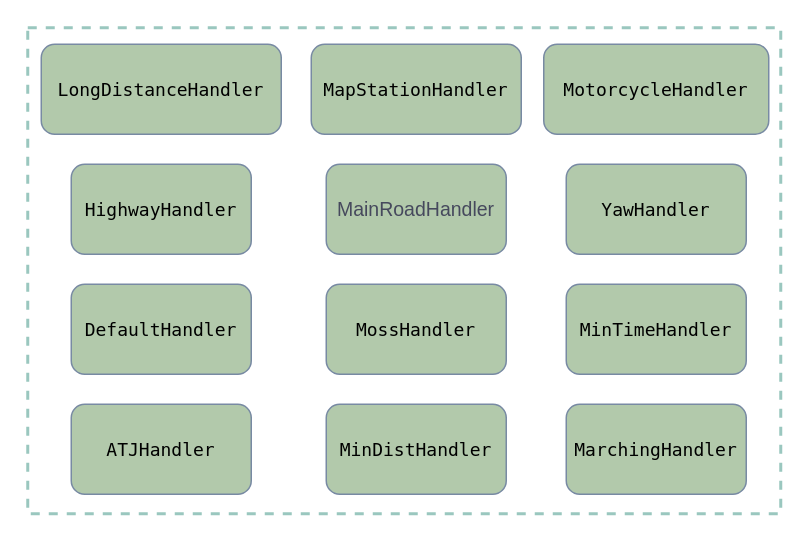
Above: page "Page-2" (2 of 2) of test.drawio in Asucan/reduce_memory (draw.io), before the change. Source tidied: cells renumbered, new cells numbered last; positions are measured from the earlier drawing's top-left corner, leaving out a move shared by most shapes. Both pictures are drawn from the tidied source at 150%, with x=0, y=0 at pixel (27, 27).
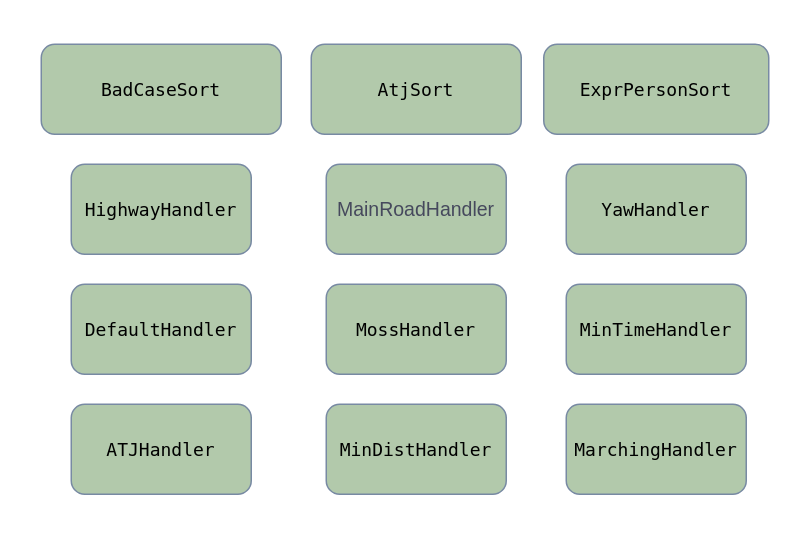
The same diagram, later.

Diff of the diagram source:
```diff
@@
 <mxGraphModel>
   <root>
     <mxCell id="0" />
     <mxCell id="1" parent="0" />
     <mxCell id="2" value="&lt;font style=&quot;font-size: 13px&quot;&gt;MainRoadHandler&lt;/font&gt;" style="rounded=1;whiteSpace=wrap;html=1;fillColor=#B2C9AB;strokeColor=#788AA3;fontColor=#46495D;" parent="1" vertex="1">
       <mxGeometry x="199" y="91" width="120" height="60" as="geometry" />
     </mxCell>
     <mxCell id="3" value="&lt;div style=&quot;font-family: &amp;#34;menlo&amp;#34; , &amp;#34;monaco&amp;#34; , &amp;#34;courier new&amp;#34; , monospace ; line-height: 18px&quot;&gt;&lt;font color=&quot;#000000&quot;&gt;MossHandler&lt;/font&gt;&lt;/div&gt;" style="rounded=1;whiteSpace=wrap;html=1;fillColor=#B2C9AB;strokeColor=#788AA3;fontColor=#46495D;" parent="1" vertex="1">
       <mxGeometry x="199" y="171" width="120" height="60" as="geometry" />
     </mxCell>
     <mxCell id="4" value="&lt;div style=&quot;font-family: &amp;#34;menlo&amp;#34; , &amp;#34;monaco&amp;#34; , &amp;#34;courier new&amp;#34; , monospace ; line-height: 18px&quot;&gt;&lt;font color=&quot;#000000&quot;&gt;YawHandler&lt;/font&gt;&lt;/div&gt;" style="rounded=1;whiteSpace=wrap;html=1;fillColor=#B2C9AB;strokeColor=#788AA3;fontColor=#46495D;" parent="1" vertex="1">
       <mxGeometry x="359" y="91" width="120" height="60" as="geometry" />
     </mxCell>
     <mxCell id="5" value="&lt;div style=&quot;font-family: &amp;#34;menlo&amp;#34; , &amp;#34;monaco&amp;#34; , &amp;#34;courier new&amp;#34; , monospace ; line-height: 18px&quot;&gt;&lt;font color=&quot;#000000&quot;&gt;MinTimeHandler&lt;/font&gt;&lt;/div&gt;" style="rounded=1;whiteSpace=wrap;html=1;fillColor=#B2C9AB;strokeColor=#788AA3;fontColor=#46495D;" parent="1" vertex="1">
       <mxGeometry x="359" y="171" width="120" height="60" as="geometry" />
     </mxCell>
     <mxCell id="6" value="&lt;div style=&quot;font-family: &amp;#34;menlo&amp;#34; , &amp;#34;monaco&amp;#34; , &amp;#34;courier new&amp;#34; , monospace ; line-height: 18px&quot;&gt;&lt;div style=&quot;font-family: &amp;#34;menlo&amp;#34; , &amp;#34;monaco&amp;#34; , &amp;#34;courier new&amp;#34; , monospace ; line-height: 18px&quot;&gt;&lt;font color=&quot;#000000&quot;&gt;MinDistHandler&lt;/font&gt;&lt;/div&gt;&lt;/div&gt;" style="rounded=1;whiteSpace=wrap;html=1;fillColor=#B2C9AB;strokeColor=#788AA3;fontColor=#46495D;" parent="1" vertex="1">
       <mxGeometry x="199" y="251" width="120" height="60" as="geometry" />
     </mxCell>
     <mxCell id="7" value="&lt;div style=&quot;font-family: &amp;#34;menlo&amp;#34; , &amp;#34;monaco&amp;#34; , &amp;#34;courier new&amp;#34; , monospace ; line-height: 18px&quot;&gt;&lt;font color=&quot;#000000&quot;&gt;MarchingHandler&lt;/font&gt;&lt;/div&gt;" style="rounded=1;whiteSpace=wrap;html=1;fillColor=#B2C9AB;strokeColor=#788AA3;fontColor=#46495D;" parent="1" vertex="1">
       <mxGeometry x="359" y="251" width="120" height="60" as="geometry" />
     </mxCell>
     <mxCell id="8" value="&lt;div style=&quot;font-family: &amp;#34;menlo&amp;#34; , &amp;#34;monaco&amp;#34; , &amp;#34;courier new&amp;#34; , monospace ; line-height: 18px&quot;&gt;&lt;font color=&quot;#000000&quot;&gt;DefaultHandler&lt;/font&gt;&lt;/div&gt;" style="rounded=1;whiteSpace=wrap;html=1;fillColor=#B2C9AB;strokeColor=#788AA3;fontColor=#46495D;" parent="1" vertex="1">
       <mxGeometry x="29" y="171" width="120" height="60" as="geometry" />
     </mxCell>
     <mxCell id="9" value="&lt;div style=&quot;font-family: &amp;#34;menlo&amp;#34; , &amp;#34;monaco&amp;#34; , &amp;#34;courier new&amp;#34; , monospace ; line-height: 18px&quot;&gt;&lt;font color=&quot;#000000&quot;&gt;HighwayHandler&lt;/font&gt;&lt;/div&gt;" style="rounded=1;whiteSpace=wrap;html=1;fillColor=#B2C9AB;strokeColor=#788AA3;fontColor=#46495D;" parent="1" vertex="1">
       <mxGeometry x="29" y="91" width="120" height="60" as="geometry" />
     </mxCell>
-    <mxCell id="10" value="&lt;div style=&quot;font-family: &amp;#34;menlo&amp;#34; , &amp;#34;monaco&amp;#34; , &amp;#34;courier new&amp;#34; , monospace ; line-height: 18px&quot;&gt;&lt;font color=&quot;#000000&quot;&gt;LongDistanceHandler&lt;/font&gt;&lt;/div&gt;" style="rounded=1;whiteSpace=wrap;html=1;fillColor=#B2C9AB;strokeColor=#788AA3;fontColor=#46495D;" parent="1" vertex="1">
+    <mxCell id="10" value="&lt;div style=&quot;line-height: 18px&quot;&gt;&lt;div style=&quot;line-height: 18px&quot;&gt;&lt;div style=&quot;font-family: &amp;#34;menlo&amp;#34; , &amp;#34;monaco&amp;#34; , &amp;#34;courier new&amp;#34; , monospace ; line-height: 18px&quot;&gt;&lt;font color=&quot;#000000&quot;&gt;BadCaseSort&lt;/font&gt;&lt;/div&gt;&lt;/div&gt;&lt;/div&gt;" style="rounded=1;whiteSpace=wrap;html=1;fillColor=#B2C9AB;strokeColor=#788AA3;fontColor=#46495D;" parent="1" vertex="1">
       <mxGeometry x="9" y="11" width="160" height="60" as="geometry" />
     </mxCell>
-    <mxCell id="11" value="&lt;div style=&quot;font-family: &amp;#34;menlo&amp;#34; , &amp;#34;monaco&amp;#34; , &amp;#34;courier new&amp;#34; , monospace ; line-height: 18px&quot;&gt;&lt;font color=&quot;#000000&quot;&gt;MapStationHandler&lt;/font&gt;&lt;/div&gt;" style="rounded=1;whiteSpace=wrap;html=1;fillColor=#B2C9AB;strokeColor=#788AA3;fontColor=#46495D;" parent="1" vertex="1">
+    <mxCell id="11" value="&lt;div style=&quot;line-height: 18px&quot;&gt;&lt;font color=&quot;#000000&quot; face=&quot;menlo, monaco, courier new, monospace&quot;&gt;AtjSort&lt;/font&gt;&lt;br&gt;&lt;/div&gt;" style="rounded=1;whiteSpace=wrap;html=1;fillColor=#B2C9AB;strokeColor=#788AA3;fontColor=#46495D;" parent="1" vertex="1">
       <mxGeometry x="189" y="11" width="140" height="60" as="geometry" />
     </mxCell>
     <mxCell id="12" value="&lt;div style=&quot;font-family: &amp;#34;menlo&amp;#34; , &amp;#34;monaco&amp;#34; , &amp;#34;courier new&amp;#34; , monospace ; line-height: 18px&quot;&gt;&lt;font color=&quot;#000000&quot;&gt;ATJHandler&lt;/font&gt;&lt;/div&gt;" style="rounded=1;whiteSpace=wrap;html=1;fillColor=#B2C9AB;strokeColor=#788AA3;fontColor=#46495D;" parent="1" vertex="1">
       <mxGeometry x="29" y="251" width="120" height="60" as="geometry" />
     </mxCell>
-    <mxCell id="13" value="&lt;div style=&quot;font-family: &amp;#34;menlo&amp;#34; , &amp;#34;monaco&amp;#34; , &amp;#34;courier new&amp;#34; , monospace ; line-height: 18px&quot;&gt;&lt;font color=&quot;#000000&quot;&gt;MotorcycleHandler&lt;/font&gt;&lt;/div&gt;" style="rounded=1;whiteSpace=wrap;html=1;fillColor=#B2C9AB;strokeColor=#788AA3;fontColor=#46495D;" parent="1" vertex="1">
+    <mxCell id="13" value="&lt;div style=&quot;font-family: &amp;#34;menlo&amp;#34; , &amp;#34;monaco&amp;#34; , &amp;#34;courier new&amp;#34; , monospace ; line-height: 18px&quot;&gt;&lt;div style=&quot;font-family: &amp;#34;menlo&amp;#34; , &amp;#34;monaco&amp;#34; , &amp;#34;courier new&amp;#34; , monospace ; line-height: 18px&quot;&gt;&lt;font color=&quot;#000000&quot;&gt;ExprPersonSort&lt;/font&gt;&lt;/div&gt;&lt;/div&gt;" style="rounded=1;whiteSpace=wrap;html=1;fillColor=#B2C9AB;strokeColor=#788AA3;fontColor=#46495D;" parent="1" vertex="1">
       <mxGeometry x="344" y="11" width="150" height="60" as="geometry" />
     </mxCell>
-    <mxCell id="14" style="rounded=0;whiteSpace=wrap;html=1;dashed=1;sketch=0;fontColor=#46495D;strokeColor=#9AC7BF;strokeWidth=2;fillColor=none;" parent="1" vertex="1">
-      <mxGeometry width="502" height="324" as="geometry" />
-    </mxCell>
   </root>
 </mxGraphModel>
```
